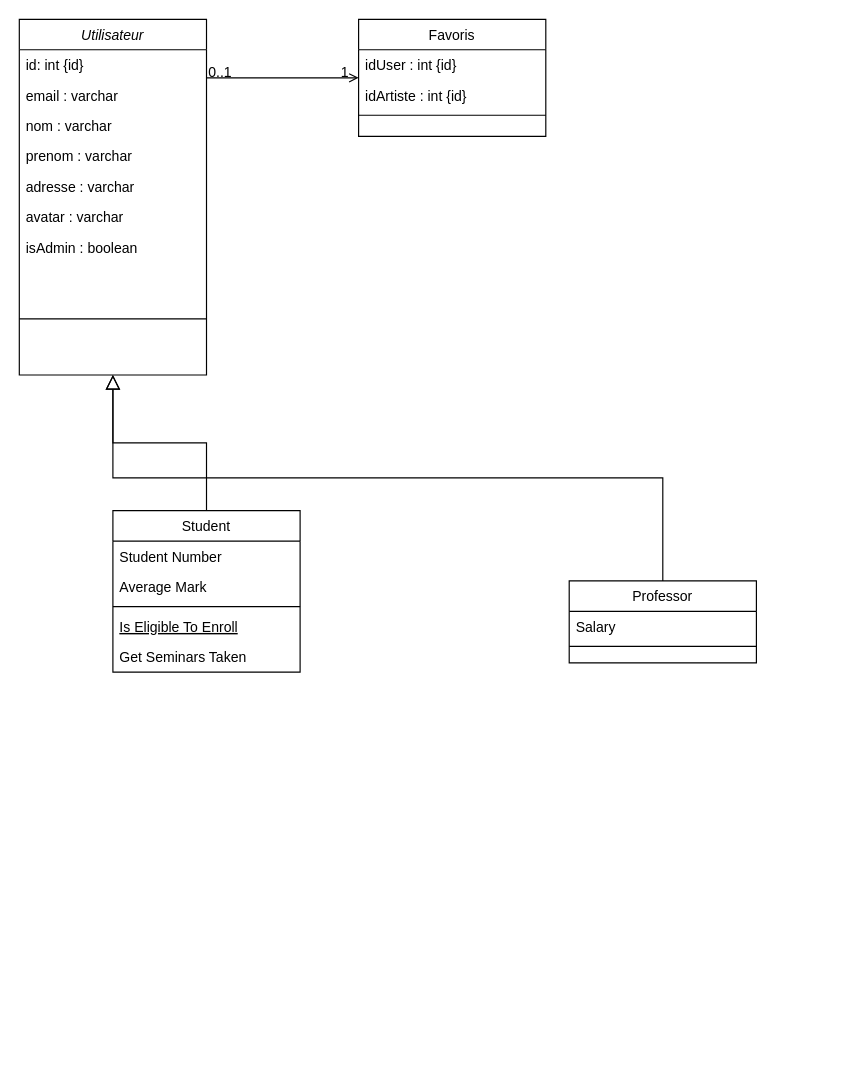
Earlier version of the draw.io diagram Untitled Diagram.drawio (tristan-gaido/elyze). Source tidied: cells renumbered, new cells numbered last; positions are measured from the earlier drawing's top-left corner, leaving out a move shared by most shapes. Both pictures are drawn from the tidied source at 117%, with x=0, y=0 at pixel (19, 19).
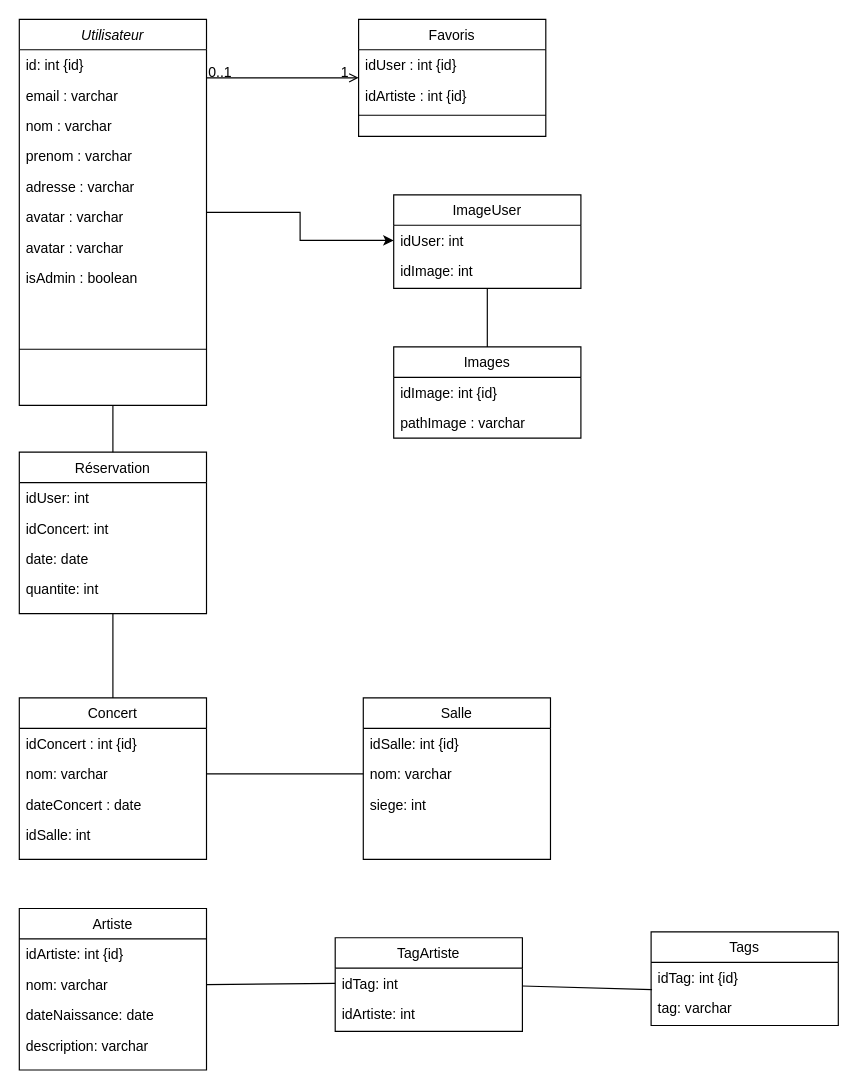
After the change.

Commit message:
Mettre à jour Untitled Diagram.drawio

Diff of the diagram source:
```diff
@@
+    <mxCell id="29" style="edgeStyle=orthogonalEdgeStyle;rounded=0;jettySize=auto;html=1;entryX=0;entryY=0.5;entryDx=0;entryDy=0;" parent="1" edge="1" source="2" target="59">
+      <mxGeometry relative="1" as="geometry" />
+    </mxCell>
     <mxCell id="2" value="Utilisateur" style="swimlane;fontStyle=2;align=center;verticalAlign=top;horizontal=1;startSize=26;rounded=0;shadow=0;strokeWidth=1;" parent="1" vertex="1">
-      <mxGeometry width="160" height="304" as="geometry" />
+      <mxGeometry width="160" height="330" as="geometry" />
     </mxCell>
@@
+    <mxCell id="30" value="avatar : varchar" style="text;align=left;verticalAlign=top;spacingLeft=4;spacingRight=4;overflow=hidden;rounded=0;shadow=0;html=0;" parent="2" vertex="1">
+      <mxGeometry y="182" width="160" height="26" as="geometry" />
+    </mxCell>
     <mxCell id="9" value="isAdmin : boolean" style="text;align=left;verticalAlign=top;spacingLeft=4;spacingRight=4;overflow=hidden;rounded=0;shadow=0;html=0;" parent="2" vertex="1">
-      <mxGeometry y="182" width="160" height="26" as="geometry" />
+      <mxGeometry y="208" width="160" height="26" as="geometry" />
     </mxCell>
     <mxCell id="10" style="line;html=1;strokeWidth=1;align=left;verticalAlign=middle;spacingTop=-1;spacingLeft=3;spacingRight=3;labelPosition=right;" parent="2" vertex="1">
-      <mxGeometry y="208" width="160" height="96" as="geometry" />
+      <mxGeometry y="234" width="160" height="96" as="geometry" />
     </mxCell>
-    <mxCell id="11" value="Student" style="swimlane;fontStyle=0;align=center;verticalAlign=top;horizontal=1;startSize=26;rounded=0;shadow=0;strokeWidth=1;" parent="1" vertex="1">
-      <mxGeometry x="80" y="420" width="160" height="138" as="geometry" />
+    <mxCell id="11" value="Réservation" style="swimlane;fontStyle=0;align=center;verticalAlign=top;horizontal=1;startSize=26;rounded=0;shadow=0;strokeWidth=1;" parent="1" vertex="1">
+      <mxGeometry y="370" width="160" height="138" as="geometry" />
     </mxCell>
-    <mxCell id="12" value="Student Number" style="text;align=left;verticalAlign=top;spacingLeft=4;spacingRight=4;overflow=hidden;" parent="11" vertex="1">
-      <mxGeometry y="26" width="160" height="26" as="geometry" />
-    </mxCell>
-    <mxCell id="13" value="Average Mark" style="text;align=left;verticalAlign=top;spacingLeft=4;spacingRight=4;overflow=hidden;rounded=0;shadow=0;html=0;" parent="11" vertex="1">
-      <mxGeometry y="52" width="160" height="26" as="geometry" />
+    <mxCell id="13" value="idUser: int " style="text;align=left;verticalAlign=top;spacingLeft=4;spacingRight=4;overflow=hidden;rounded=0;shadow=0;html=0;" parent="11" vertex="1">
+      <mxGeometry y="26" width="160" height="26" as="geometry" />
     </mxCell>
-    <mxCell id="14" style="line;html=1;strokeWidth=1;align=left;verticalAlign=middle;spacingTop=-1;spacingLeft=3;spacingRight=3;labelPosition=right;" parent="11" vertex="1">
-      <mxGeometry y="78" width="160" height="8" as="geometry" />
-    </mxCell>
-    <mxCell id="15" value="Is Eligible To Enroll" style="text;align=left;verticalAlign=top;spacingLeft=4;spacingRight=4;overflow=hidden;fontStyle=4;" parent="11" vertex="1">
-      <mxGeometry y="86" width="160" height="26" as="geometry" />
-    </mxCell>
-    <mxCell id="16" value="Get Seminars Taken" style="text;align=left;verticalAlign=top;spacingLeft=4;spacingRight=4;overflow=hidden;" parent="11" vertex="1">
-      <mxGeometry y="112" width="160" height="26" as="geometry" />
-    </mxCell>
-    <mxCell id="17" style="endArrow=block;endSize=10;endFill=0;shadow=0;strokeWidth=1;rounded=0;edgeStyle=elbowEdgeStyle;elbow=vertical;" parent="1" edge="1" source="11" target="2">
-      <mxGeometry relative="1" as="geometry" />
-    </mxCell>
-    <mxCell id="18" value="Professor" style="swimlane;fontStyle=0;align=center;verticalAlign=top;horizontal=1;startSize=26;rounded=0;shadow=0;strokeWidth=1;" parent="1" vertex="1">
-      <mxGeometry x="470" y="480" width="160" height="70" as="geometry" />
-    </mxCell>
-    <mxCell id="19" value="Salary" style="text;align=left;verticalAlign=top;spacingLeft=4;spacingRight=4;overflow=hidden;" parent="18" vertex="1">
-      <mxGeometry y="26" width="160" height="26" as="geometry" />
-    </mxCell>
-    <mxCell id="20" style="line;html=1;strokeWidth=1;align=left;verticalAlign=middle;spacingTop=-1;spacingLeft=3;spacingRight=3;labelPosition=right;" parent="18" vertex="1">
-      <mxGeometry y="52" width="160" height="8" as="geometry" />
-    </mxCell>
-    <mxCell id="21" style="endArrow=block;endSize=10;endFill=0;shadow=0;strokeWidth=1;rounded=0;edgeStyle=elbowEdgeStyle;elbow=vertical;" parent="1" edge="1" source="18" target="2">
-      <mxGeometry relative="1" as="geometry" />
-    </mxCell>
+    <mxCell id="31" value="idConcert: int" style="text;align=left;verticalAlign=top;spacingLeft=4;spacingRight=4;overflow=hidden;rounded=0;shadow=0;html=0;" parent="11" vertex="1">
+      <mxGeometry y="52" width="160" height="26" as="geometry" />
+    </mxCell>
+    <mxCell id="32" value="date: date" style="text;align=left;verticalAlign=top;spacingLeft=4;spacingRight=4;overflow=hidden;rounded=0;shadow=0;html=0;" parent="11" vertex="1">
+      <mxGeometry y="78" width="160" height="26" as="geometry" />
+    </mxCell>
+    <mxCell id="33" value="quantite: int" style="text;align=left;verticalAlign=top;spacingLeft=4;spacingRight=4;overflow=hidden;rounded=0;shadow=0;html=0;" parent="11" vertex="1">
+      <mxGeometry y="104" width="160" height="26" as="geometry" />
+    </mxCell>
@@
+    <mxCell id="34" value="Salle" style="swimlane;fontStyle=0;align=center;verticalAlign=top;horizontal=1;startSize=26;rounded=0;shadow=0;strokeWidth=1;" parent="1" vertex="1">
+      <mxGeometry x="294" y="580" width="160" height="138" as="geometry" />
+    </mxCell>
+    <mxCell id="35" value="idSalle: int {id}" style="text;align=left;verticalAlign=top;spacingLeft=4;spacingRight=4;overflow=hidden;rounded=0;shadow=0;html=0;" parent="34" vertex="1">
+      <mxGeometry y="26" width="160" height="26" as="geometry" />
+    </mxCell>
+    <mxCell id="36" value="nom: varchar" style="text;align=left;verticalAlign=top;spacingLeft=4;spacingRight=4;overflow=hidden;points=[[0,0.5],[1,0.5]];portConstraint=eastwest;rounded=0;shadow=0;html=0;" parent="34" vertex="1">
+      <mxGeometry y="52" width="160" height="26" as="geometry" />
+    </mxCell>
+    <mxCell id="37" value="siege: int" style="text;align=left;verticalAlign=top;spacingLeft=4;spacingRight=4;overflow=hidden;rounded=0;shadow=0;html=0;" parent="34" vertex="1">
+      <mxGeometry y="78" width="160" height="26" as="geometry" />
+    </mxCell>
+    <mxCell id="38" value="Concert" style="swimlane;fontStyle=0;align=center;verticalAlign=top;horizontal=1;startSize=26;rounded=0;shadow=0;strokeWidth=1;" parent="1" vertex="1">
+      <mxGeometry y="580" width="160" height="138" as="geometry" />
+    </mxCell>
+    <mxCell id="39" value="idConcert : int {id}" style="text;align=left;verticalAlign=top;spacingLeft=4;spacingRight=4;overflow=hidden;rounded=0;shadow=0;html=0;" parent="38" vertex="1">
+      <mxGeometry y="26" width="160" height="26" as="geometry" />
+    </mxCell>
+    <mxCell id="40" value="nom: varchar" style="text;align=left;verticalAlign=top;spacingLeft=4;spacingRight=4;overflow=hidden;points=[[0,0.5],[1,0.5]];portConstraint=eastwest;rounded=0;shadow=0;html=0;" parent="38" vertex="1">
+      <mxGeometry y="52" width="160" height="26" as="geometry" />
+    </mxCell>
+    <mxCell id="41" value="dateConcert : date" style="text;align=left;verticalAlign=top;spacingLeft=4;spacingRight=4;overflow=hidden;rounded=0;shadow=0;html=0;" parent="38" vertex="1">
+      <mxGeometry y="78" width="160" height="26" as="geometry" />
+    </mxCell>
+    <mxCell id="42" value="idSalle: int" style="text;align=left;verticalAlign=top;spacingLeft=4;spacingRight=4;overflow=hidden;rounded=0;shadow=0;html=0;" parent="38" vertex="1">
+      <mxGeometry y="104" width="160" height="26" as="geometry" />
+    </mxCell>
+    <mxCell id="43" style="endArrow=none;html=1;rounded=0;exitX=1;exitY=0.5;exitDx=0;exitDy=0;entryX=0;entryY=0.5;entryDx=0;entryDy=0;" parent="1" edge="1" source="40" target="36">
+      <mxGeometry relative="1" as="geometry" />
+    </mxCell>
+    <mxCell id="44" style="endArrow=none;html=1;rounded=0;exitX=0.5;exitY=0;exitDx=0;exitDy=0;entryX=0.5;entryY=1;entryDx=0;entryDy=0;" parent="1" edge="1" source="38" target="11">
+      <mxGeometry relative="1" as="geometry" />
+    </mxCell>
+    <mxCell id="17" style="endArrow=none;html=1;rounded=0;entryX=0.5;entryY=1;entryDx=0;entryDy=0;" parent="1" edge="1" source="11" target="2">
+      <mxGeometry relative="1" as="geometry" />
+    </mxCell>
+    <mxCell id="45" value="Artiste" style="swimlane;fontStyle=0;align=center;verticalAlign=top;horizontal=1;startSize=26;rounded=0;shadow=0;strokeWidth=1;" parent="1" vertex="1">
+      <mxGeometry y="760" width="160" height="138" as="geometry" />
+    </mxCell>
+    <mxCell id="46" value="idArtiste: int {id}    " style="text;align=left;verticalAlign=top;spacingLeft=4;spacingRight=4;overflow=hidden;rounded=0;shadow=0;html=0;" parent="45" vertex="1">
+      <mxGeometry y="26" width="160" height="26" as="geometry" />
+    </mxCell>
+    <mxCell id="47" value="nom: varchar" style="text;align=left;verticalAlign=top;spacingLeft=4;spacingRight=4;overflow=hidden;points=[[0,0.5],[1,0.5]];portConstraint=eastwest;rounded=0;shadow=0;html=0;" parent="45" vertex="1">
+      <mxGeometry y="52" width="160" height="26" as="geometry" />
+    </mxCell>
+    <mxCell id="48" value="dateNaissance: date" style="text;align=left;verticalAlign=top;spacingLeft=4;spacingRight=4;overflow=hidden;rounded=0;shadow=0;html=0;" parent="45" vertex="1">
+      <mxGeometry y="78" width="160" height="26" as="geometry" />
+    </mxCell>
+    <mxCell id="49" value="description: varchar" style="text;align=left;verticalAlign=top;spacingLeft=4;spacingRight=4;overflow=hidden;rounded=0;shadow=0;html=0;" parent="45" vertex="1">
+      <mxGeometry y="104" width="160" height="26" as="geometry" />
+    </mxCell>
+    <mxCell id="50" value="Tags" style="swimlane;fontStyle=0;align=center;verticalAlign=top;horizontal=1;startSize=26;rounded=0;shadow=0;strokeWidth=1;" parent="1" vertex="1">
+      <mxGeometry x="540" y="780" width="160" height="80" as="geometry" />
+    </mxCell>
+    <mxCell id="51" value="idTag: int {id}" style="text;align=left;verticalAlign=top;spacingLeft=4;spacingRight=4;overflow=hidden;points=[[0,0.5],[1,0.5]];portConstraint=eastwest;rounded=0;shadow=0;html=0;" parent="50" vertex="1">
+      <mxGeometry y="26" width="160" height="26" as="geometry" />
+    </mxCell>
+    <mxCell id="52" value="tag: varchar" style="text;align=left;verticalAlign=top;spacingLeft=4;spacingRight=4;overflow=hidden;rounded=0;shadow=0;html=0;" parent="50" vertex="1">
+      <mxGeometry y="52" width="160" height="26" as="geometry" />
+    </mxCell>
+    <mxCell id="53" value="TagArtiste" style="swimlane;fontStyle=0;align=center;verticalAlign=top;horizontal=1;startSize=26;rounded=0;shadow=0;strokeWidth=1;" parent="1" vertex="1">
+      <mxGeometry x="270" y="785" width="160" height="80" as="geometry" />
+    </mxCell>
+    <mxCell id="54" value="idTag: int " style="text;align=left;verticalAlign=top;spacingLeft=4;spacingRight=4;overflow=hidden;points=[[0,0.5],[1,0.5]];portConstraint=eastwest;rounded=0;shadow=0;html=0;" parent="53" vertex="1">
+      <mxGeometry y="26" width="160" height="26" as="geometry" />
+    </mxCell>
+    <mxCell id="55" value="idArtiste: int" style="text;align=left;verticalAlign=top;spacingLeft=4;spacingRight=4;overflow=hidden;rounded=0;shadow=0;html=0;" parent="53" vertex="1">
+      <mxGeometry y="52" width="160" height="26" as="geometry" />
+    </mxCell>
+    <mxCell id="56" style="endArrow=none;html=1;rounded=0;exitX=1;exitY=0.5;exitDx=0;exitDy=0;entryX=0;entryY=0.5;entryDx=0;entryDy=0;" parent="1" edge="1" source="47" target="54">
+      <mxGeometry relative="1" as="geometry" />
+    </mxCell>
+    <mxCell id="57" style="endArrow=none;html=1;rounded=0;entryX=0.005;entryY=0.9;entryDx=0;entryDy=0;entryPerimeter=0;" parent="1" edge="1" source="54" target="51">
+      <mxGeometry relative="1" as="geometry" />
+    </mxCell>
+    <mxCell id="58" value="ImageUser" style="swimlane;fontStyle=0;align=center;verticalAlign=top;horizontal=1;startSize=26;rounded=0;shadow=0;strokeWidth=1;" parent="1" vertex="1">
+      <mxGeometry x="320" y="150" width="160" height="80" as="geometry" />
+    </mxCell>
+    <mxCell id="59" value="idUser: int" style="text;align=left;verticalAlign=top;spacingLeft=4;spacingRight=4;overflow=hidden;points=[[0,0.5],[1,0.5]];portConstraint=eastwest;rounded=0;shadow=0;html=0;" parent="58" vertex="1">
+      <mxGeometry y="26" width="160" height="26" as="geometry" />
+    </mxCell>
+    <mxCell id="60" value="idImage: int" style="text;align=left;verticalAlign=top;spacingLeft=4;spacingRight=4;overflow=hidden;rounded=0;shadow=0;html=0;" parent="58" vertex="1">
+      <mxGeometry y="52" width="160" height="26" as="geometry" />
+    </mxCell>
+    <mxCell id="61" value="Images" style="swimlane;fontStyle=0;align=center;verticalAlign=top;horizontal=1;startSize=26;rounded=0;shadow=0;strokeWidth=1;" parent="1" vertex="1">
+      <mxGeometry x="320" y="280" width="160" height="78" as="geometry" />
+    </mxCell>
+    <mxCell id="62" value="idImage: int {id}" style="text;align=left;verticalAlign=top;spacingLeft=4;spacingRight=4;overflow=hidden;rounded=0;shadow=0;html=0;" parent="61" vertex="1">
+      <mxGeometry y="26" width="160" height="26" as="geometry" />
+    </mxCell>
+    <mxCell id="63" value="pathImage : varchar" style="text;align=left;verticalAlign=top;spacingLeft=4;spacingRight=4;overflow=hidden;rounded=0;shadow=0;html=0;" parent="61" vertex="1">
+      <mxGeometry y="52" width="160" height="26" as="geometry" />
+    </mxCell>
+    <mxCell id="64" style="endArrow=none;html=1;rounded=0;exitX=0.5;exitY=0;exitDx=0;exitDy=0;entryX=0.5;entryY=1;entryDx=0;entryDy=0;" parent="1" edge="1" source="61" target="58">
+      <mxGeometry relative="1" as="geometry" />
+    </mxCell>
```
